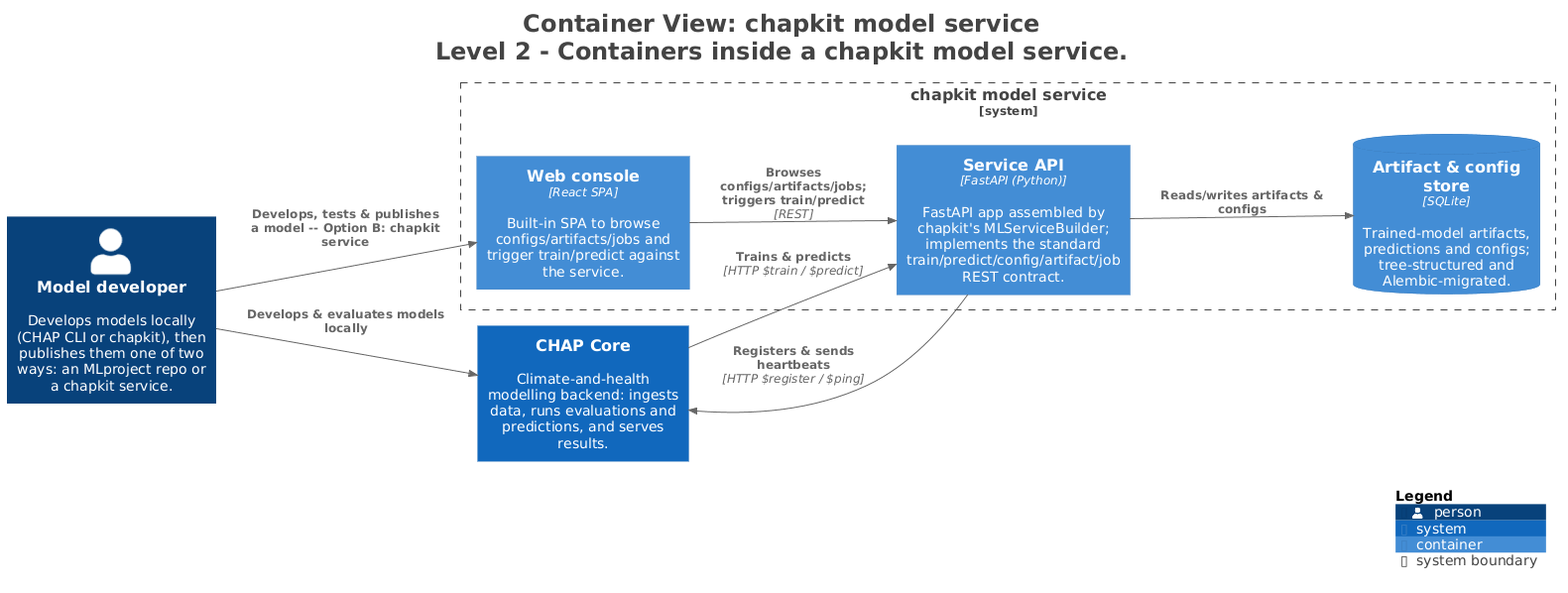
The PlantUML diagram architecture/diagrams/plantuml/L2_Chapkit.png in dhis2-chap/chap-core, before a commit. Its diagram source:
```plantuml
@startuml
title <size:24>Container View: chapkit model service</size>\n<size:24>Level 2 - Containers inside a chapkit model service.</size>

set separator none
left to right direction

<style>
  root {
    BackgroundColor: #ffffff
    FontColor: #444444
  }
</style>

!include <C4/C4>
!include <C4/C4_Context>
!include <C4/C4_Container>

Person(Modeldeveloper, "Model developer", $descr="Develops models locally (CHAP CLI or chapkit), then publishes them one of two ways: an MLproject repo or a chapkit service.", $tags="", $link="")
System(CHAPCore, "CHAP Core", $descr="Climate-and-health modelling backend: ingests data, runs evaluations and predictions, and serves results.", $tags="", $link="")

System_Boundary("chapkitmodelservice_boundary", "chapkit model service", $tags="") {
  Container(chapkitmodelservice.ServiceAPI, "Service API", $techn="FastAPI (Python)", $descr="FastAPI app assembled by chapkit's MLServiceBuilder; implements the standard train/predict/config/artifact/job REST contract.", $tags="", $link="")
  ContainerDb(chapkitmodelservice.Artifactconfigstore, "Artifact & config store", $techn="SQLite", $descr="Trained-model artifacts, predictions and configs; tree-structured and Alembic-migrated.", $tags="", $link="")
  Container(chapkitmodelservice.Webconsole, "Web console", $techn="React SPA", $descr="Built-in SPA to browse configs/artifacts/jobs and trigger train/predict against the service.", $tags="", $link="")
}

Rel(Modeldeveloper, CHAPCore, "Develops & evaluates models locally", $techn="", $tags="", $link="")
Rel(Modeldeveloper, chapkitmodelservice.Webconsole, "Develops, tests & publishes a model -- Option B: chapkit service", $techn="", $tags="", $link="")
Rel(CHAPCore, chapkitmodelservice.ServiceAPI, "Trains & predicts", $techn="HTTP $train / $predict", $tags="", $link="")
Rel(chapkitmodelservice.ServiceAPI, CHAPCore, "Registers & sends heartbeats", $techn="HTTP $register / $ping", $tags="", $link="")
Rel(chapkitmodelservice.ServiceAPI, chapkitmodelservice.Artifactconfigstore, "Reads/writes artifacts & configs", $techn="", $tags="", $link="")
Rel(chapkitmodelservice.Webconsole, chapkitmodelservice.ServiceAPI, "Browses configs/artifacts/jobs; triggers train/predict", $techn="REST", $tags="", $link="")

SHOW_LEGEND(true)
hide stereotypes
@enduml
```
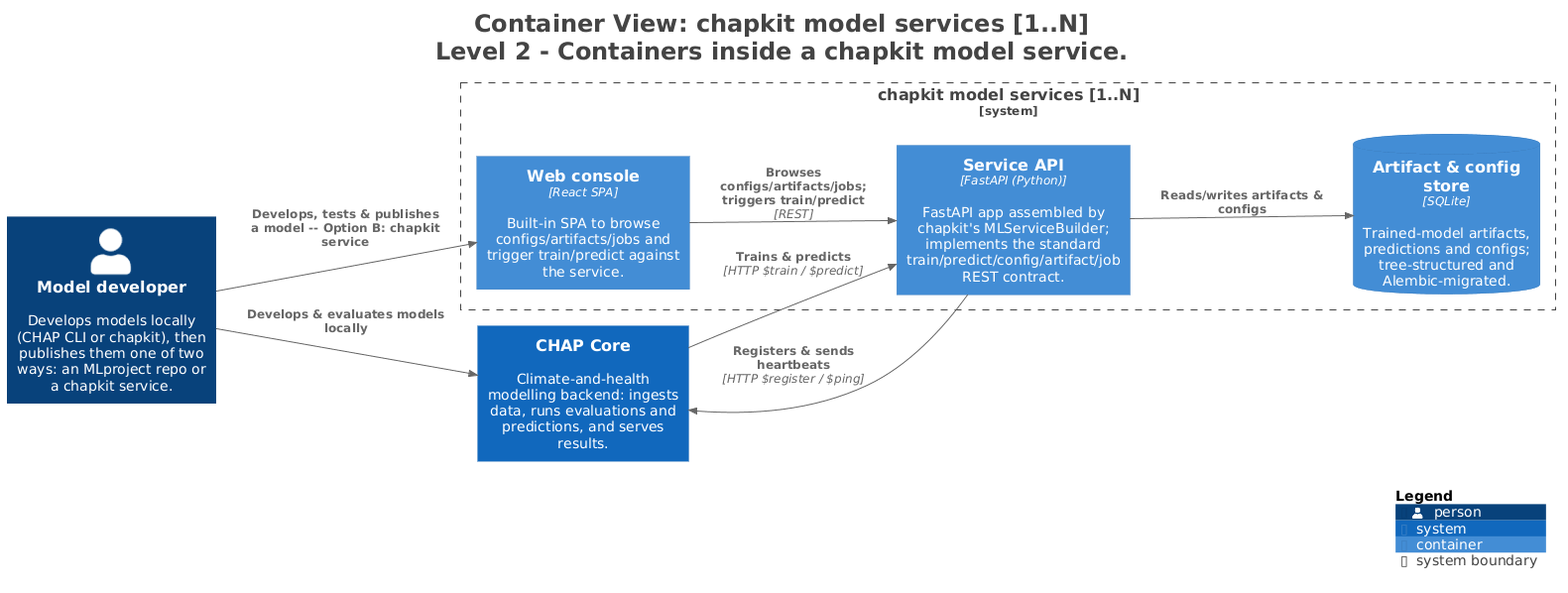
Above is the later version.

Diff of the diagram source:
```diff
@@ -1,5 +1,5 @@
 @startuml
-title <size:24>Container View: chapkit model service</size>\n<size:24>Level 2 - Containers inside a chapkit model service.</size>
+title <size:24>Container View: chapkit model services [1..N]</size>\n<size:24>Level 2 - Containers inside a chapkit model service.</size>
 
 set separator none
 left to right direction
@@ -18,18 +18,18 @@
 Person(Modeldeveloper, "Model developer", $descr="Develops models locally (CHAP CLI or chapkit), then publishes them one of two ways: an MLproject repo or a chapkit service.", $tags="", $link="")
 System(CHAPCore, "CHAP Core", $descr="Climate-and-health modelling backend: ingests data, runs evaluations and predictions, and serves results.", $tags="", $link="")
 
-System_Boundary("chapkitmodelservice_boundary", "chapkit model service", $tags="") {
-  Container(chapkitmodelservice.ServiceAPI, "Service API", $techn="FastAPI (Python)", $descr="FastAPI app assembled by chapkit's MLServiceBuilder; implements the standard train/predict/config/artifact/job REST contract.", $tags="", $link="")
-  ContainerDb(chapkitmodelservice.Artifactconfigstore, "Artifact & config store", $techn="SQLite", $descr="Trained-model artifacts, predictions and configs; tree-structured and Alembic-migrated.", $tags="", $link="")
-  Container(chapkitmodelservice.Webconsole, "Web console", $techn="React SPA", $descr="Built-in SPA to browse configs/artifacts/jobs and trigger train/predict against the service.", $tags="", $link="")
+System_Boundary("chapkitmodelservices1N_boundary", "chapkit model services [1..N]", $tags="") {
+  Container(chapkitmodelservices1N.ServiceAPI, "Service API", $techn="FastAPI (Python)", $descr="FastAPI app assembled by chapkit's MLServiceBuilder; implements the standard train/predict/config/artifact/job REST contract.", $tags="", $link="")
+  ContainerDb(chapkitmodelservices1N.Artifactconfigstore, "Artifact & config store", $techn="SQLite", $descr="Trained-model artifacts, predictions and configs; tree-structured and Alembic-migrated.", $tags="", $link="")
+  Container(chapkitmodelservices1N.Webconsole, "Web console", $techn="React SPA", $descr="Built-in SPA to browse configs/artifacts/jobs and trigger train/predict against the service.", $tags="", $link="")
 }
 
 Rel(Modeldeveloper, CHAPCore, "Develops & evaluates models locally", $techn="", $tags="", $link="")
-Rel(Modeldeveloper, chapkitmodelservice.Webconsole, "Develops, tests & publishes a model -- Option B: chapkit service", $techn="", $tags="", $link="")
-Rel(CHAPCore, chapkitmodelservice.ServiceAPI, "Trains & predicts", $techn="HTTP $train / $predict", $tags="", $link="")
-Rel(chapkitmodelservice.ServiceAPI, CHAPCore, "Registers & sends heartbeats", $techn="HTTP $register / $ping", $tags="", $link="")
-Rel(chapkitmodelservice.ServiceAPI, chapkitmodelservice.Artifactconfigstore, "Reads/writes artifacts & configs", $techn="", $tags="", $link="")
-Rel(chapkitmodelservice.Webconsole, chapkitmodelservice.ServiceAPI, "Browses configs/artifacts/jobs; triggers train/predict", $techn="REST", $tags="", $link="")
+Rel(Modeldeveloper, chapkitmodelservices1N.Webconsole, "Develops, tests & publishes a model -- Option B: chapkit service", $techn="", $tags="", $link="")
+Rel(CHAPCore, chapkitmodelservices1N.ServiceAPI, "Trains & predicts", $techn="HTTP $train / $predict", $tags="", $link="")
+Rel(chapkitmodelservices1N.ServiceAPI, CHAPCore, "Registers & sends heartbeats", $techn="HTTP $register / $ping", $tags="", $link="")
+Rel(chapkitmodelservices1N.ServiceAPI, chapkitmodelservices1N.Artifactconfigstore, "Reads/writes artifacts & configs", $techn="", $tags="", $link="")
+Rel(chapkitmodelservices1N.Webconsole, chapkitmodelservices1N.ServiceAPI, "Browses configs/artifacts/jobs; triggers train/predict", $techn="REST", $tags="", $link="")
 
 SHOW_LEGEND(true)
 hide stereotypes
```
